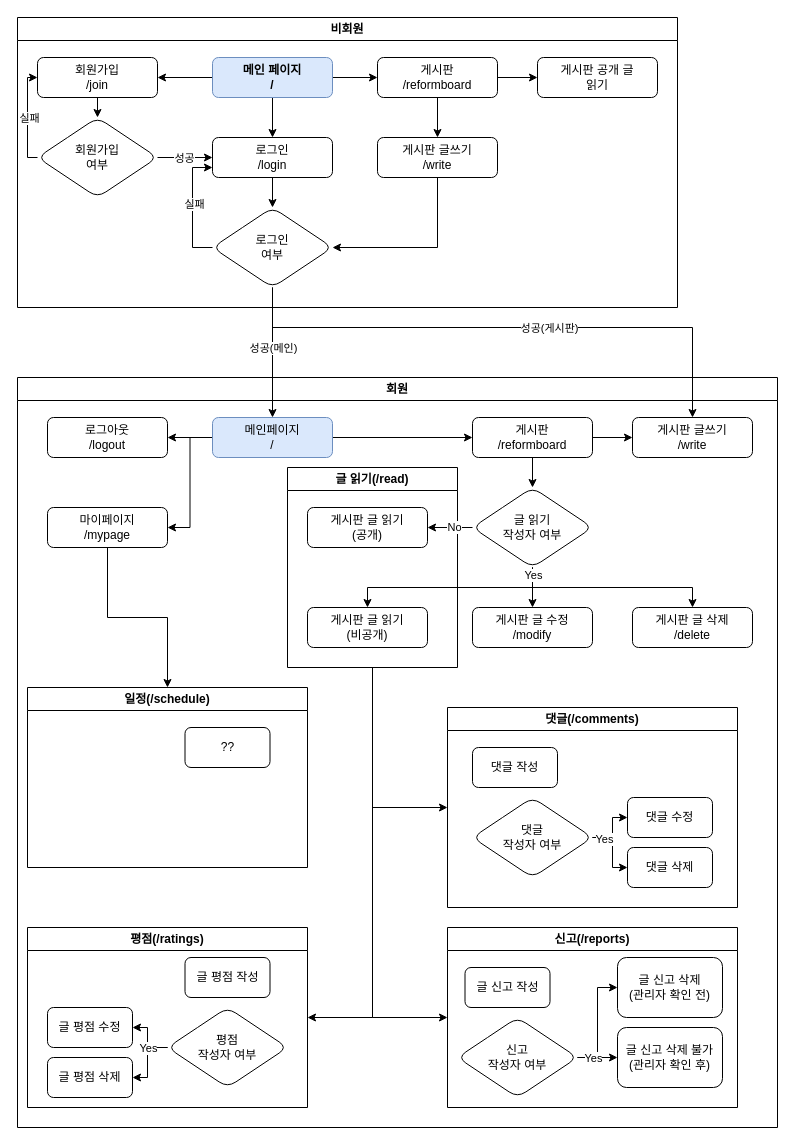
The draw.io diagram Diagram.drawio in SJC-s/CanReform, before the edit. Source tidied: cells renumbered, new cells numbered last; positions are measured from the earlier drawing's top-left corner, leaving out a move shared by most shapes. Both pictures are drawn from the tidied source at 100%, with x=0, y=0 at pixel (17, 17).
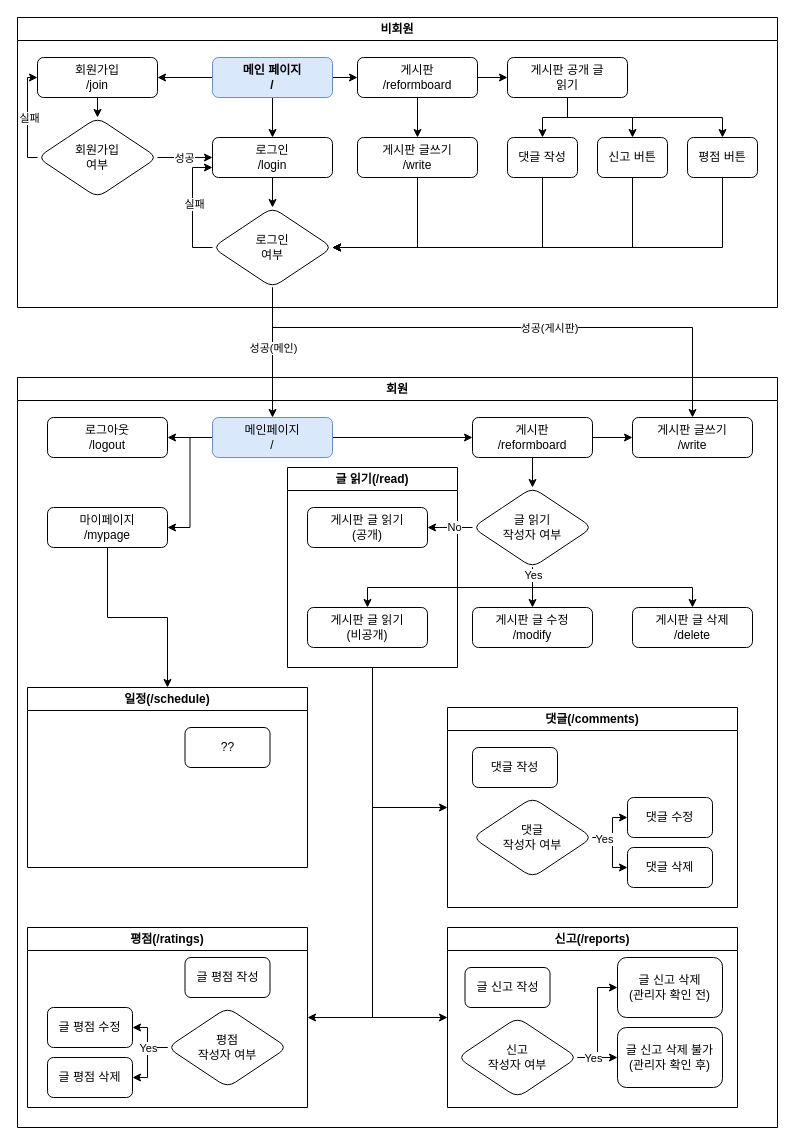
Above is the later version.

Commit message:
#2 Diagram 공개 글 부분 수정

Unchanged cells that the change refers to:
```xml
<mxCell id="12" value="로그인&lt;div&gt;여부&lt;/div&gt;" style="rhombus;whiteSpace=wrap;html=1;rounded=1;glass=0;strokeWidth=1;shadow=0;" parent="2" vertex="1">
  <mxGeometry x="195" y="190" width="120" height="80" as="geometry" />
</mxCell>
```

What changed in the source:
```diff
@@
     <mxCell id="2" value="비회원" style="swimlane;whiteSpace=wrap;html=1;" parent="1" vertex="1">
-      <mxGeometry width="660" height="290" as="geometry" />
+      <mxGeometry width="760" height="290" as="geometry" />
     </mxCell>
@@
     <mxCell id="9" value="게시판&lt;div&gt;/reformboard&lt;/div&gt;" style="whiteSpace=wrap;html=1;rounded=1;glass=0;strokeWidth=1;shadow=0;" parent="2" vertex="1">
-      <mxGeometry x="360" y="40" width="120" height="40" as="geometry" />
+      <mxGeometry x="340" y="40" width="120" height="40" as="geometry" />
     </mxCell>
@@
     <mxCell id="14" value="게시판 글쓰기&lt;div&gt;/write&lt;/div&gt;" style="whiteSpace=wrap;html=1;rounded=1;glass=0;strokeWidth=1;shadow=0;" parent="2" vertex="1">
-      <mxGeometry x="360" y="120" width="120" height="40" as="geometry" />
+      <mxGeometry x="340" y="120" width="120" height="40" as="geometry" />
     </mxCell>
@@
+    <mxCell id="82" style="edgeStyle=orthogonalEdgeStyle;rounded=0;jettySize=auto;html=1;" parent="2" edge="1" source="24" target="86">
+      <mxGeometry relative="1" as="geometry" />
+    </mxCell>
+    <mxCell id="83" style="edgeStyle=orthogonalEdgeStyle;rounded=0;jettySize=auto;html=1;" parent="2" edge="1" source="24" target="88">
+      <mxGeometry relative="1" as="geometry" />
+    </mxCell>
+    <mxCell id="84" style="edgeStyle=orthogonalEdgeStyle;rounded=0;jettySize=auto;html=1;exitX=0.5;exitY=1;exitDx=0;exitDy=0;entryX=0.5;entryY=0;entryDx=0;entryDy=0;" parent="2" edge="1" source="24" target="90">
+      <mxGeometry relative="1" as="geometry" />
+    </mxCell>
     <mxCell id="24" value="게시판 공개&amp;nbsp;&lt;span style=&quot;background-color: initial;&quot;&gt;글&lt;/span&gt;&lt;div&gt;&lt;span style=&quot;background-color: initial;&quot;&gt;읽기&lt;/span&gt;&lt;/div&gt;" style="whiteSpace=wrap;html=1;rounded=1;glass=0;strokeWidth=1;shadow=0;" parent="2" vertex="1">
-      <mxGeometry x="520" y="40" width="120" height="40" as="geometry" />
+      <mxGeometry x="490" y="40" width="120" height="40" as="geometry" />
     </mxCell>
+    <mxCell id="85" style="edgeStyle=orthogonalEdgeStyle;rounded=0;jettySize=auto;html=1;exitX=0.5;exitY=1;exitDx=0;exitDy=0;entryX=1;entryY=0.5;entryDx=0;entryDy=0;" parent="2" edge="1" source="86" target="12">
+      <mxGeometry relative="1" as="geometry" />
+    </mxCell>
+    <mxCell id="86" value="&lt;div&gt;댓글 작성&lt;/div&gt;" style="whiteSpace=wrap;html=1;rounded=1;glass=0;strokeWidth=1;shadow=0;" parent="2" vertex="1">
+      <mxGeometry x="490" y="120" width="70" height="40" as="geometry" />
+    </mxCell>
+    <mxCell id="87" style="edgeStyle=orthogonalEdgeStyle;rounded=0;jettySize=auto;html=1;exitX=0.5;exitY=1;exitDx=0;exitDy=0;entryX=1;entryY=0.5;entryDx=0;entryDy=0;" parent="2" edge="1" source="88" target="12">
+      <mxGeometry relative="1" as="geometry" />
+    </mxCell>
+    <mxCell id="88" value="&lt;div&gt;신고 버튼&lt;/div&gt;" style="whiteSpace=wrap;html=1;rounded=1;glass=0;strokeWidth=1;shadow=0;" parent="2" vertex="1">
+      <mxGeometry x="580" y="120" width="70" height="40" as="geometry" />
+    </mxCell>
+    <mxCell id="89" style="edgeStyle=orthogonalEdgeStyle;rounded=0;jettySize=auto;html=1;exitX=0.5;exitY=1;exitDx=0;exitDy=0;entryX=1;entryY=0.5;entryDx=0;entryDy=0;" parent="2" edge="1" source="90" target="12">
+      <mxGeometry relative="1" as="geometry" />
+    </mxCell>
+    <mxCell id="90" value="평점 버튼" style="whiteSpace=wrap;html=1;rounded=1;glass=0;strokeWidth=1;shadow=0;" parent="2" vertex="1">
+      <mxGeometry x="670" y="120" width="70" height="40" as="geometry" />
+    </mxCell>
```
